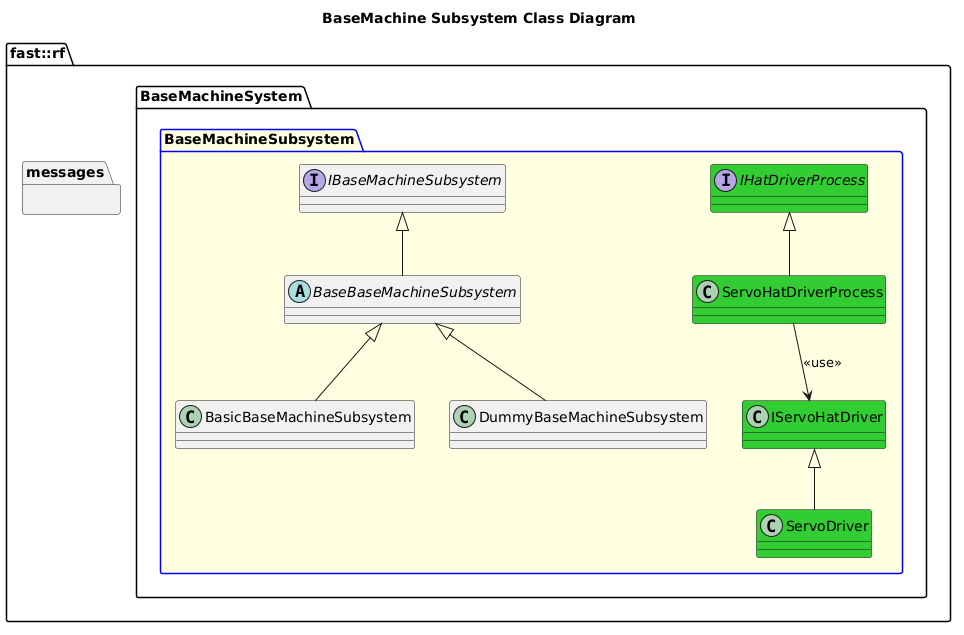
Before: Systems/BaseMachine/Subsystems/BaseMachine/doc/puml/BaseMachineSubsystemClassDiagram.png, a diagram exported from PlantUML (fastrobotics/robot_framework).
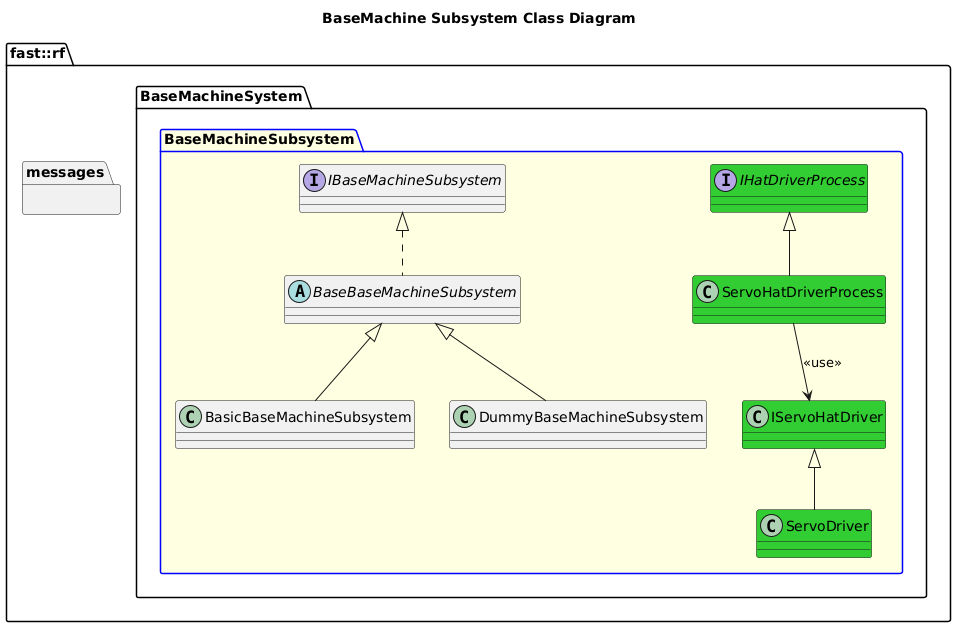
After the change.

What changed in the source:
```diff
@@ -11,7 +11,7 @@
       abstract BaseBaseMachineSubsystem {
 
       }
-      BaseBaseMachineSubsystem -up-|> IBaseMachineSubsystem
+      BaseBaseMachineSubsystem .up.|> IBaseMachineSubsystem
       class BasicBaseMachineSubsystem {
       }
       BasicBaseMachineSubsystem -up-|> BaseBaseMachineSubsystem
```
